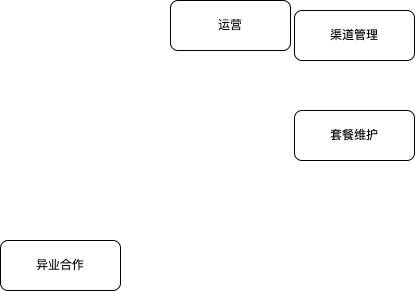
Above: 异业合作.png in 845642761/diagram (draw.io), before the change. Source tidied: cells renumbered, new cells last; positions are measured from the earlier drawing's top-left corner, leaving out a move shared by most shapes.
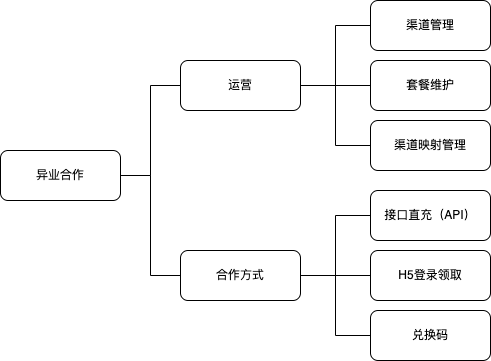
After the change.

Commit message:
更新异业合作.png

Change to the diagram source:
```diff
@@ -1,18 +1,57 @@
-<mxGraphModel>
+<mxGraphModel background="#FFFFFF">
   <root>
     <mxCell id="0" />
     <mxCell id="1" parent="0" />
+    <mxCell id="6" style="edgeStyle=orthogonalEdgeStyle;rounded=0;jettySize=auto;html=1;entryX=0;entryY=0.5;entryDx=0;entryDy=0;endArrow=none;endFill=0;" parent="1" edge="1" source="2" target="3">
+      <mxGeometry relative="1" as="geometry" />
+    </mxCell>
+    <mxCell id="7" style="edgeStyle=orthogonalEdgeStyle;rounded=0;jettySize=auto;html=1;entryX=0;entryY=0.5;entryDx=0;entryDy=0;endArrow=none;endFill=0;" parent="1" edge="1" source="2" target="15">
+      <mxGeometry relative="1" as="geometry" />
+    </mxCell>
     <mxCell id="2" value="异业合作" style="rounded=1;whiteSpace=wrap;html=1;" parent="1" vertex="1">
-      <mxGeometry y="240" width="120" height="50" as="geometry" />
+      <mxGeometry y="130" width="120" height="50" as="geometry" />
     </mxCell>
+    <mxCell id="8" style="edgeStyle=orthogonalEdgeStyle;rounded=0;jettySize=auto;html=1;entryX=0;entryY=0.5;entryDx=0;entryDy=0;endArrow=none;endFill=0;" parent="1" edge="1" source="3" target="4">
+      <mxGeometry relative="1" as="geometry" />
+    </mxCell>
+    <mxCell id="9" style="edgeStyle=orthogonalEdgeStyle;rounded=0;jettySize=auto;html=1;entryX=0;entryY=0.5;entryDx=0;entryDy=0;endArrow=none;endFill=0;" parent="1" edge="1" source="3" target="5">
+      <mxGeometry relative="1" as="geometry" />
+    </mxCell>
+    <mxCell id="10" style="edgeStyle=orthogonalEdgeStyle;rounded=0;jettySize=auto;html=1;entryX=0;entryY=0.5;entryDx=0;entryDy=0;endArrow=none;endFill=0;" parent="1" edge="1" source="3" target="11">
+      <mxGeometry relative="1" as="geometry" />
+    </mxCell>
     <mxCell id="3" value="运营" style="rounded=1;whiteSpace=wrap;html=1;" parent="1" vertex="1">
-      <mxGeometry x="170" width="120" height="50" as="geometry" />
+      <mxGeometry x="180" y="40" width="120" height="50" as="geometry" />
     </mxCell>
     <mxCell id="4" value="渠道管理" style="rounded=1;whiteSpace=wrap;html=1;" parent="1" vertex="1">
-      <mxGeometry x="294" y="10" width="120" height="50" as="geometry" />
+      <mxGeometry x="370" y="-20" width="120" height="50" as="geometry" />
     </mxCell>
     <mxCell id="5" value="套餐维护" style="rounded=1;whiteSpace=wrap;html=1;" parent="1" vertex="1">
-      <mxGeometry x="294" y="110" width="120" height="50" as="geometry" />
+      <mxGeometry x="370" y="40" width="120" height="50" as="geometry" />
     </mxCell>
+    <mxCell id="11" value="渠道映射管理" style="rounded=1;whiteSpace=wrap;html=1;" parent="1" vertex="1">
+      <mxGeometry x="370" y="100" width="120" height="50" as="geometry" />
+    </mxCell>
+    <mxCell id="12" style="edgeStyle=orthogonalEdgeStyle;rounded=0;jettySize=auto;html=1;entryX=0;entryY=0.5;entryDx=0;entryDy=0;endArrow=none;endFill=0;" parent="1" edge="1" source="15" target="16">
+      <mxGeometry relative="1" as="geometry" />
+    </mxCell>
+    <mxCell id="13" style="edgeStyle=orthogonalEdgeStyle;rounded=0;jettySize=auto;html=1;entryX=0;entryY=0.5;entryDx=0;entryDy=0;endArrow=none;endFill=0;" parent="1" edge="1" source="15" target="17">
+      <mxGeometry relative="1" as="geometry" />
+    </mxCell>
+    <mxCell id="14" style="edgeStyle=orthogonalEdgeStyle;rounded=0;jettySize=auto;html=1;entryX=0;entryY=0.5;entryDx=0;entryDy=0;endArrow=none;endFill=0;" parent="1" edge="1" source="15" target="18">
+      <mxGeometry relative="1" as="geometry" />
+    </mxCell>
+    <mxCell id="15" value="合作方式" style="rounded=1;whiteSpace=wrap;html=1;" parent="1" vertex="1">
+      <mxGeometry x="180" y="230" width="120" height="50" as="geometry" />
+    </mxCell>
+    <mxCell id="16" value="接口直充（API）" style="rounded=1;whiteSpace=wrap;html=1;" parent="1" vertex="1">
+      <mxGeometry x="370" y="170" width="120" height="50" as="geometry" />
+    </mxCell>
+    <mxCell id="17" value="H5登录领取" style="rounded=1;whiteSpace=wrap;html=1;" parent="1" vertex="1">
+      <mxGeometry x="370" y="230" width="120" height="50" as="geometry" />
+    </mxCell>
+    <mxCell id="18" value="兑换码" style="rounded=1;whiteSpace=wrap;html=1;" parent="1" vertex="1">
+      <mxGeometry x="370" y="290" width="120" height="50" as="geometry" />
+    </mxCell>
   </root>
 </mxGraphModel>
```
